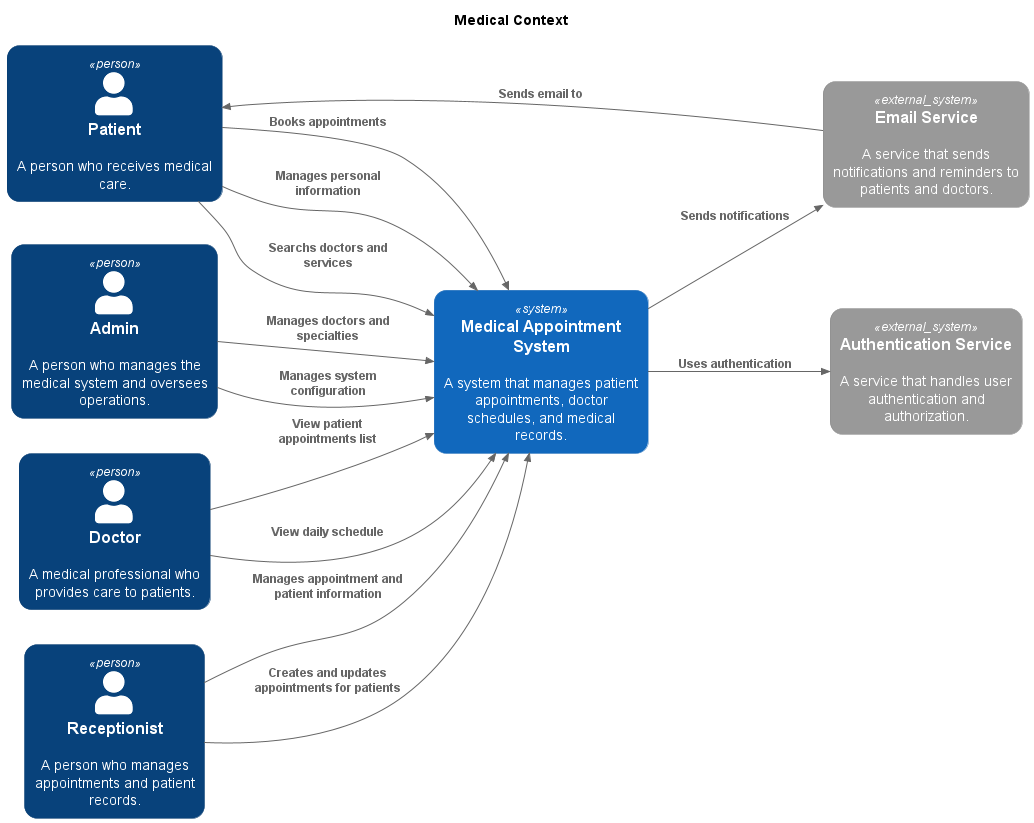
Above: docs/architecture/out/C4-context.png in ngbio/Medical-Appointment (PlantUML), before the change. Source of this version:
```plantuml
@startuml Medical Context
title Medical Context
!ROUNDED_STYLE=1

!include  https://raw.githubusercontent.com/plantuml-stdlib/C4-PlantUML/master/C4_Container.puml

LAYOUT_LEFT_RIGHT()

Person(patient, "Patient", "A person who receives medical care.")
Person(doctor, "Doctor", "A medical professional who provides care to patients.")
Person(receptionist, "Receptionist", "A person who manages appointments and patient records.")
Person(admin, "Admin", "A person who manages the medical system and oversees operations.")

System(appointments, "Medical Appointment System", "A system that manages patient appointments, doctor schedules, and medical records.")

System_Ext(auth, "Authentication Service", "A service that handles user authentication and authorization.")
System_Ext(email, "Email Service", "A service that sends notifications and reminders to patients and doctors.")

Rel(patient, appointments, "Books appointments")
Rel(patient, appointments, "Manages personal information")
Rel(patient, appointments, "Searchs doctors and services")

Rel(doctor, appointments, "View daily schedule")
Rel(doctor, appointments, "View patient appointments list")

Rel(receptionist, appointments, "Creates and updates appointments for patients")
Rel(receptionist, appointments, "Manages appointment and patient information")

Rel(admin, appointments, "Manages doctors and specialties")
Rel(admin, appointments, "Manages system configuration")

Rel(appointments, auth, "Uses authentication")
Rel(appointments, email, "Sends notifications")

Rel(email, patient, "Sends email to")

@enduml
```
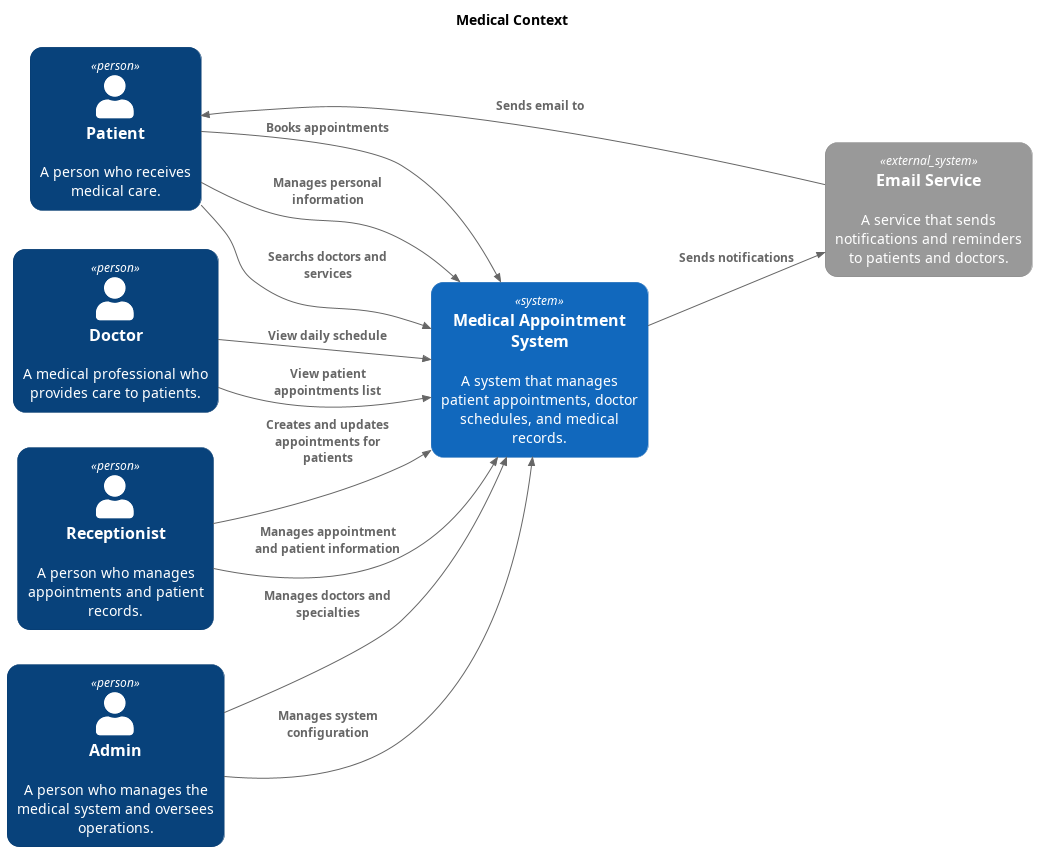
After the change.

Commit message:
docs: update C4 context diagram

The edit, as a diff of the source:
```diff
@@ -2,7 +2,7 @@
 title Medical Context
 !ROUNDED_STYLE=1
 
-!include  https://raw.githubusercontent.com/plantuml-stdlib/C4-PlantUML/master/C4_Container.puml
+!include https://raw.githubusercontent.com/plantuml-stdlib/C4-PlantUML/master/C4_Container.puml
 
 LAYOUT_LEFT_RIGHT()
 
@@ -13,7 +13,6 @@
 
 System(appointments, "Medical Appointment System", "A system that manages patient appointments, doctor schedules, and medical records.")
 
-System_Ext(auth, "Authentication Service", "A service that handles user authentication and authorization.")
 System_Ext(email, "Email Service", "A service that sends notifications and reminders to patients and doctors.")
 
 Rel(patient, appointments, "Books appointments")
@@ -29,7 +28,6 @@
 Rel(admin, appointments, "Manages doctors and specialties")
 Rel(admin, appointments, "Manages system configuration")
 
-Rel(appointments, auth, "Uses authentication")
 Rel(appointments, email, "Sends notifications")
 
 Rel(email, patient, "Sends email to")
```
